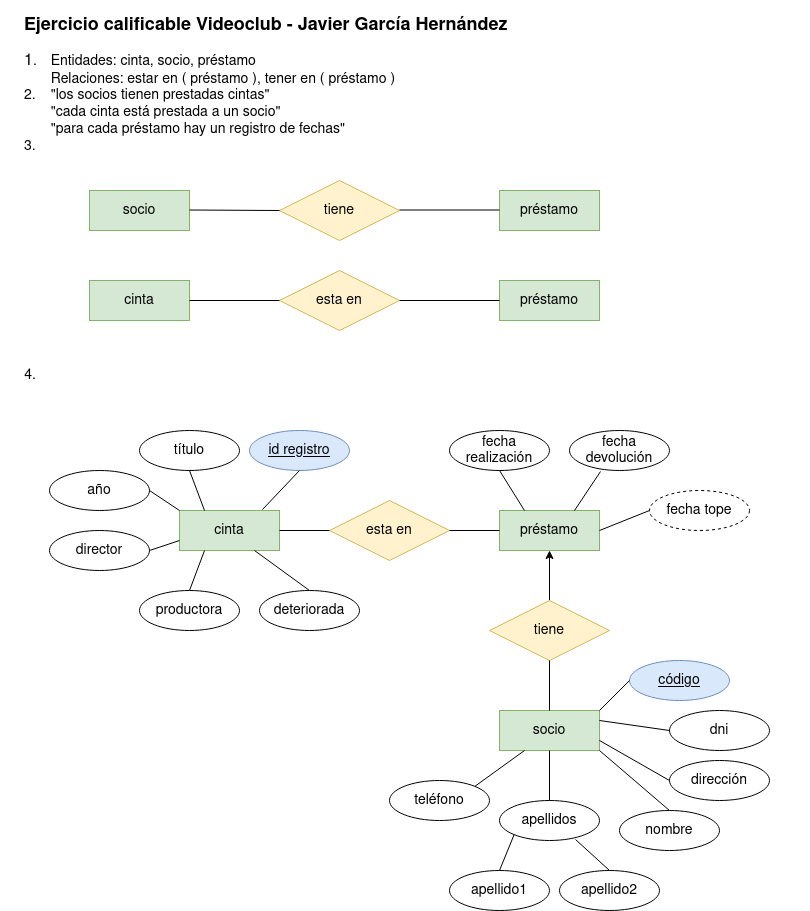
javigh193/bae keeps this draw.io diagram as ejercicioevaluable1.png. Above is the earlier version. Source tidied: cells renumbered, new cells last; positions are measured from the earlier drawing's top-left corner, leaving out a move shared by most shapes.
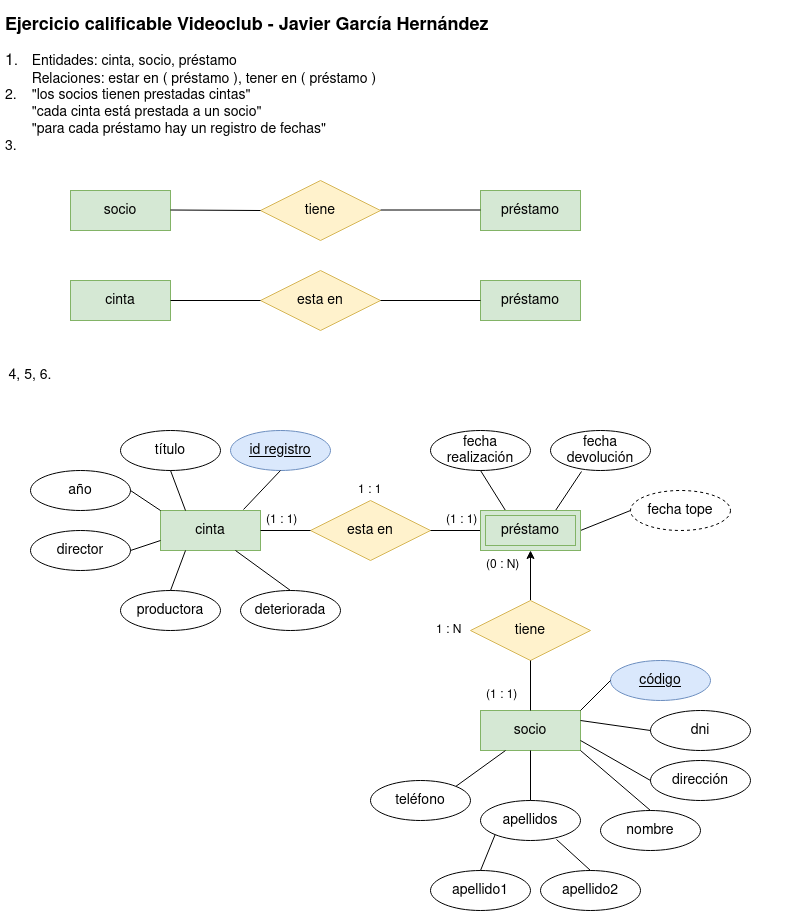
After the change.

Diff of the diagram source:
```diff
@@ -29,8 +29,8 @@
     <mxCell id="10" style="endArrow=none;html=1;rounded=0;fontSize=14;exitX=1;exitY=0.5;exitDx=0;exitDy=0;entryX=0;entryY=0.5;entryDx=0;entryDy=0;" parent="1" edge="1" source="6" target="8">
       <mxGeometry relative="1" as="geometry" />
     </mxCell>
-    <mxCell id="11" value="4." style="text;html=1;strokeColor=none;fillColor=none;align=center;verticalAlign=middle;whiteSpace=wrap;rounded=0;fontSize=14;" parent="1" vertex="1">
-      <mxGeometry y="350" width="60" height="30" as="geometry" />
+    <mxCell id="11" value="4, 5, 6." style="text;html=1;strokeColor=none;fillColor=none;align=center;verticalAlign=middle;whiteSpace=wrap;rounded=0;fontSize=14;" parent="1" vertex="1">
+      <mxGeometry x="19" y="350" width="60" height="30" as="geometry" />
     </mxCell>
     <mxCell id="12" value="cinta" style="whiteSpace=wrap;html=1;align=center;fontSize=14;fillColor=#d5e8d4;strokeColor=#82b366;" parent="1" vertex="1">
       <mxGeometry x="179" y="500" width="100" height="40" as="geometry" />
@@ -38,9 +38,6 @@
     <mxCell id="13" value="socio" style="whiteSpace=wrap;html=1;align=center;fontSize=14;fillColor=#d5e8d4;strokeColor=#82b366;" parent="1" vertex="1">
       <mxGeometry x="499" y="700" width="100" height="40" as="geometry" />
     </mxCell>
-    <mxCell id="14" value="préstamo" style="whiteSpace=wrap;html=1;align=center;fontSize=14;fillColor=#d5e8d4;strokeColor=#82b366;" parent="1" vertex="1">
-      <mxGeometry x="499" y="500" width="100" height="40" as="geometry" />
-    </mxCell>
     <mxCell id="15" style="endArrow=none;html=1;rounded=0;fontSize=14;exitX=1;exitY=0.5;exitDx=0;exitDy=0;entryX=0;entryY=0.5;entryDx=0;entryDy=0;" parent="1" edge="1">
       <mxGeometry relative="1" as="geometry">
         <mxPoint x="399" y="199.5" as="sourcePoint" />
@@ -52,8 +49,10 @@
         <mxPoint x="189" y="199.5" as="sourcePoint" />
       </mxGeometry>
     </mxCell>
-    <mxCell id="17" style="edgeStyle=orthogonalEdgeStyle;rounded=0;jettySize=auto;html=1;entryX=0.5;entryY=1;entryDx=0;entryDy=0;fontSize=14;" parent="1" edge="1" source="18" target="14">
-      <mxGeometry relative="1" as="geometry" />
+    <mxCell id="17" style="edgeStyle=orthogonalEdgeStyle;rounded=0;jettySize=auto;html=1;entryX=0.5;entryY=1;entryDx=0;entryDy=0;fontSize=14;" parent="1" edge="1" source="18">
+      <mxGeometry relative="1" as="geometry">
+        <mxPoint x="549" y="540" as="targetPoint" />
+      </mxGeometry>
     </mxCell>
     <mxCell id="18" value="tiene" style="shape=rhombus;perimeter=rhombusPerimeter;whiteSpace=wrap;html=1;align=center;fontSize=14;fillColor=#fff2cc;strokeColor=#d6b656;" parent="1" vertex="1">
       <mxGeometry x="489" y="590" width="120" height="60" as="geometry" />
@@ -64,8 +63,10 @@
     <mxCell id="20" style="endArrow=none;html=1;rounded=0;fontSize=14;exitX=1;exitY=0.5;exitDx=0;exitDy=0;entryX=0;entryY=0.5;entryDx=0;entryDy=0;" parent="1" edge="1" source="12" target="19">
       <mxGeometry relative="1" as="geometry" />
     </mxCell>
-    <mxCell id="21" style="endArrow=none;html=1;rounded=0;fontSize=14;exitX=1;exitY=0.5;exitDx=0;exitDy=0;entryX=0;entryY=0.5;entryDx=0;entryDy=0;" parent="1" edge="1" source="19" target="14">
-      <mxGeometry relative="1" as="geometry" />
+    <mxCell id="21" style="endArrow=none;html=1;rounded=0;fontSize=14;exitX=1;exitY=0.5;exitDx=0;exitDy=0;entryX=0;entryY=0.5;entryDx=0;entryDy=0;" parent="1" edge="1" source="19">
+      <mxGeometry relative="1" as="geometry">
+        <mxPoint x="499" y="520" as="targetPoint" />
+      </mxGeometry>
     </mxCell>
     <mxCell id="22" style="endArrow=none;html=1;rounded=0;fontSize=14;entryX=0.5;entryY=0;entryDx=0;entryDy=0;exitX=0.5;exitY=1;exitDx=0;exitDy=0;" parent="1" edge="1" source="18" target="13">
       <mxGeometry relative="1" as="geometry" />
@@ -160,17 +161,44 @@
     <mxCell id="52" value="fecha devolución" style="ellipse;whiteSpace=wrap;html=1;align=center;fontSize=14;" parent="1" vertex="1">
       <mxGeometry x="569" y="420" width="100" height="40" as="geometry" />
     </mxCell>
-    <mxCell id="53" style="endArrow=none;html=1;rounded=0;fontSize=14;exitX=0.5;exitY=1;exitDx=0;exitDy=0;entryX=0.25;entryY=0;entryDx=0;entryDy=0;" parent="1" edge="1" source="51" target="14">
-      <mxGeometry relative="1" as="geometry" />
+    <mxCell id="53" style="endArrow=none;html=1;rounded=0;fontSize=14;exitX=0.5;exitY=1;exitDx=0;exitDy=0;entryX=0.25;entryY=0;entryDx=0;entryDy=0;" parent="1" edge="1" source="51">
+      <mxGeometry relative="1" as="geometry">
+        <mxPoint x="524" y="500" as="targetPoint" />
+      </mxGeometry>
     </mxCell>
-    <mxCell id="54" style="endArrow=none;html=1;rounded=0;fontSize=14;exitX=0.31;exitY=1.025;exitDx=0;exitDy=0;exitPerimeter=0;entryX=0.75;entryY=0;entryDx=0;entryDy=0;" parent="1" edge="1" source="52" target="14">
-      <mxGeometry relative="1" as="geometry" />
+    <mxCell id="54" style="endArrow=none;html=1;rounded=0;fontSize=14;exitX=0.31;exitY=1.025;exitDx=0;exitDy=0;exitPerimeter=0;entryX=0.75;entryY=0;entryDx=0;entryDy=0;" parent="1" edge="1" source="52">
+      <mxGeometry relative="1" as="geometry">
+        <mxPoint x="574" y="500" as="targetPoint" />
+      </mxGeometry>
     </mxCell>
     <mxCell id="55" value="fecha tope" style="ellipse;whiteSpace=wrap;html=1;align=center;dashed=1;fontSize=14;" parent="1" vertex="1">
       <mxGeometry x="649" y="480" width="100" height="40" as="geometry" />
     </mxCell>
-    <mxCell id="56" style="endArrow=none;html=1;rounded=0;fontSize=14;entryX=0;entryY=0.5;entryDx=0;entryDy=0;exitX=1;exitY=0.5;exitDx=0;exitDy=0;" parent="1" edge="1" source="14" target="55">
-      <mxGeometry relative="1" as="geometry" />
+    <mxCell id="56" style="endArrow=none;html=1;rounded=0;fontSize=14;entryX=0;entryY=0.5;entryDx=0;entryDy=0;exitX=1;exitY=0.5;exitDx=0;exitDy=0;" parent="1" edge="1" target="55">
+      <mxGeometry relative="1" as="geometry">
+        <mxPoint x="599" y="520" as="sourcePoint" />
+      </mxGeometry>
     </mxCell>
+    <mxCell id="57" value="(1 : 1)" style="text;strokeColor=none;fillColor=none;spacingLeft=4;spacingRight=4;overflow=hidden;fontSize=12;" parent="1" vertex="1">
+      <mxGeometry x="279" y="495" width="50" height="30" as="geometry" />
+    </mxCell>
+    <mxCell id="58" value="(1 : 1)" style="text;strokeColor=none;fillColor=none;spacingLeft=4;spacingRight=4;overflow=hidden;fontSize=12;" parent="1" vertex="1">
+      <mxGeometry x="459" y="495" width="50" height="30" as="geometry" />
+    </mxCell>
+    <mxCell id="14" value="préstamo" style="shape=ext;margin=3;double=1;whiteSpace=wrap;html=1;align=center;fontSize=14;fillColor=#d5e8d4;strokeColor=#82b366;" parent="1" vertex="1">
+      <mxGeometry x="499" y="500" width="100" height="40" as="geometry" />
+    </mxCell>
+    <mxCell id="59" value="1 : 1" style="text;strokeColor=none;fillColor=none;spacingLeft=4;spacingRight=4;overflow=hidden;fontSize=12;" parent="1" vertex="1">
+      <mxGeometry x="371" y="465" width="50" height="30" as="geometry" />
+    </mxCell>
+    <mxCell id="60" value="(1 : 1)" style="text;strokeColor=none;fillColor=none;spacingLeft=4;spacingRight=4;overflow=hidden;fontSize=12;" parent="1" vertex="1">
+      <mxGeometry x="499" y="670" width="50" height="30" as="geometry" />
+    </mxCell>
+    <mxCell id="61" value="(0 : N)" style="text;strokeColor=none;fillColor=none;spacingLeft=4;spacingRight=4;overflow=hidden;fontSize=12;" parent="1" vertex="1">
+      <mxGeometry x="499" y="540" width="50" height="30" as="geometry" />
+    </mxCell>
+    <mxCell id="62" value="1 : N" style="text;strokeColor=none;fillColor=none;spacingLeft=4;spacingRight=4;overflow=hidden;fontSize=12;" parent="1" vertex="1">
+      <mxGeometry x="449" y="605" width="50" height="30" as="geometry" />
+    </mxCell>
   </root>
 </mxGraphModel>
```
